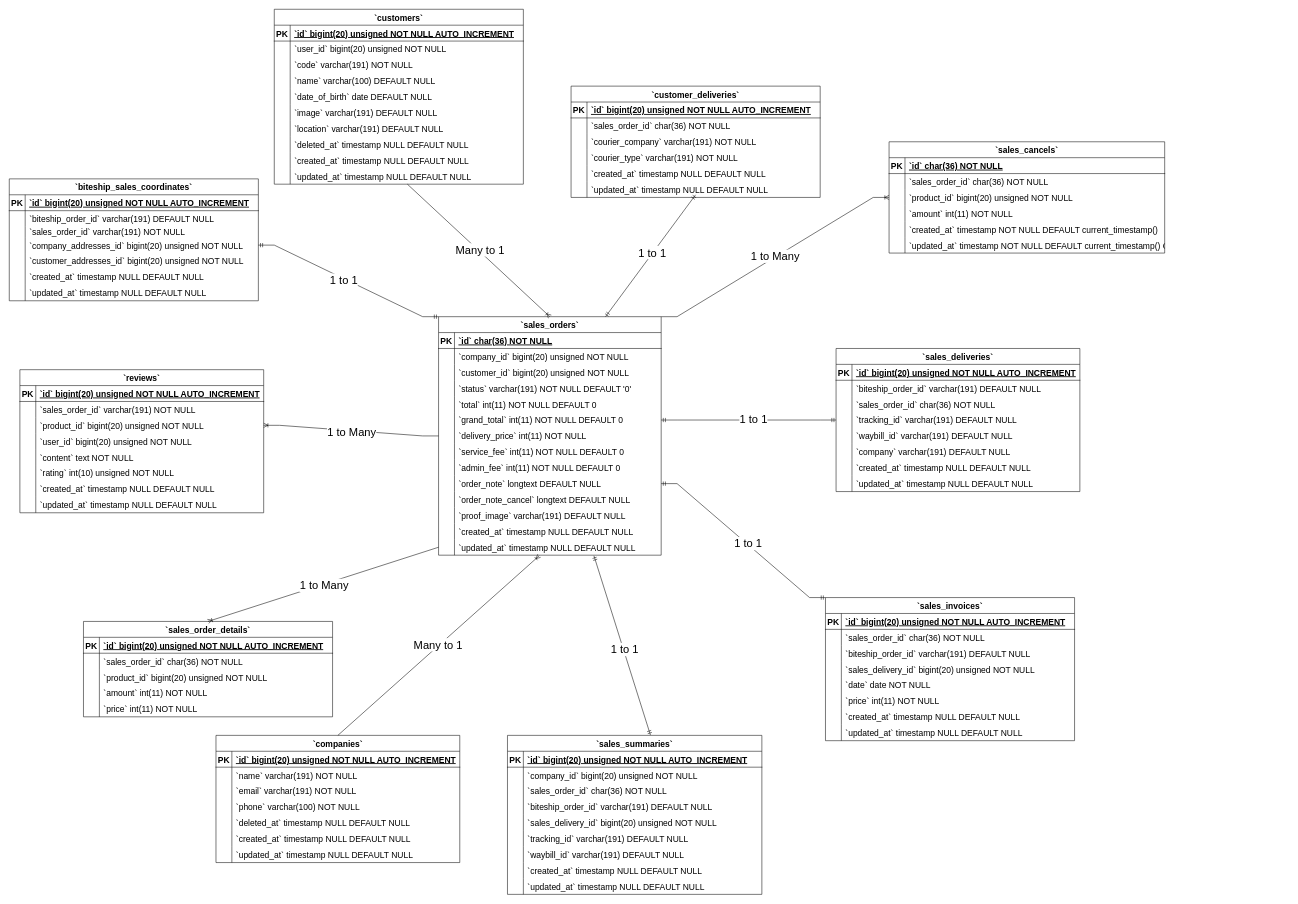
Above: Sales Orders ERD Diagram.drawio in Simasco/diagram (draw.io), before the change. Source tidied: cells renumbered, new cells numbered last; positions are measured from the earlier drawing's top-left corner, leaving out a move shared by most shapes. Both pictures are drawn from the tidied source at 53%, with x=0, y=0 at pixel (9, 9).
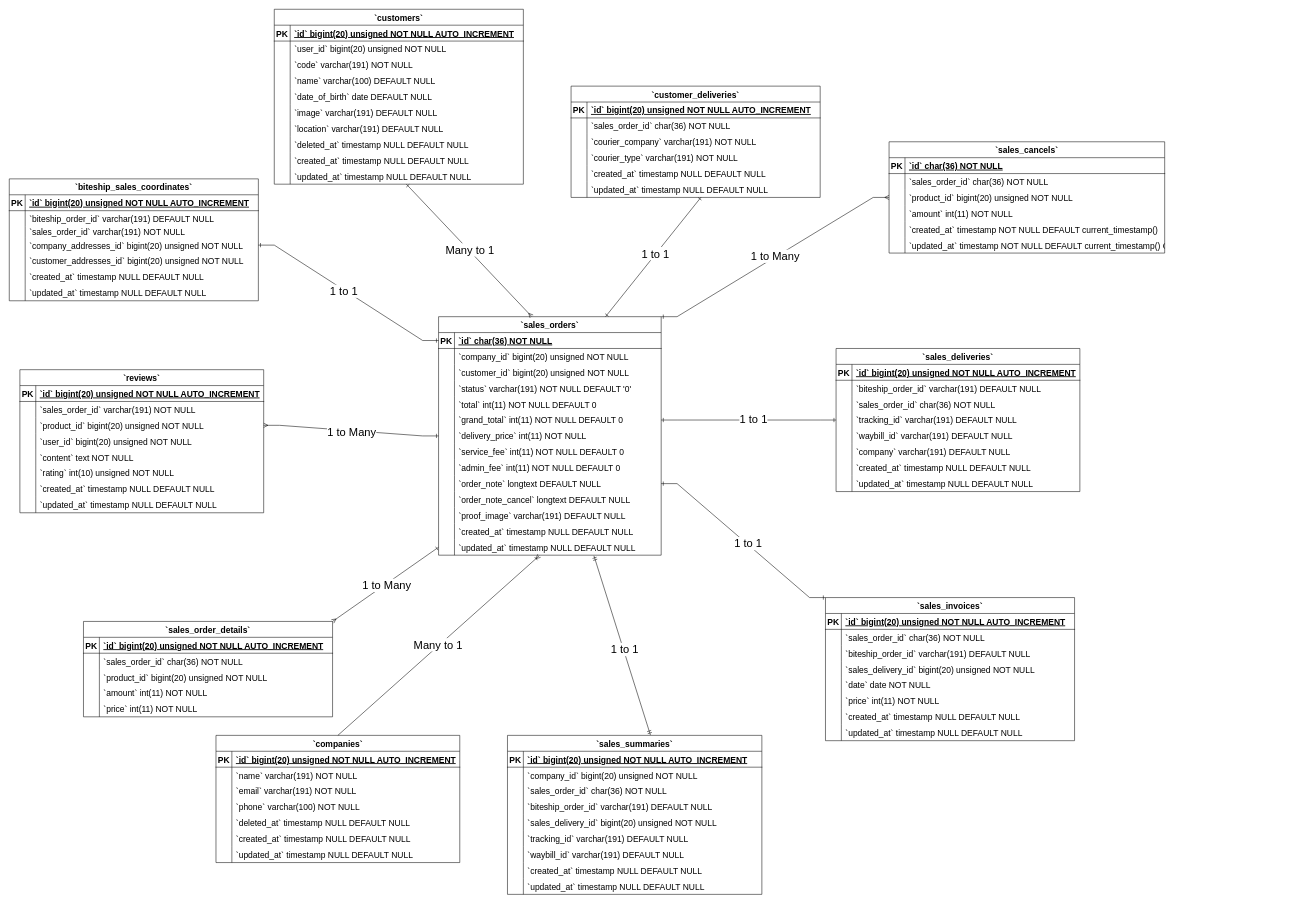
Above is the later version.

The change refers to these unchanged cells:
```xml
<mxCell id="24" value="`sales_orders`" style="shape=table;startSize=30;childLayout=tableLayout;rowLines=0;fontStyle=1;align=center;fontSize=16;" parent="1" vertex="1">
  <mxGeometry x="810" y="580" width="420" height="450" as="geometry" />
</mxCell>
<mxCell id="25" style="shape=tableRow;horizontal=0;startSize=0;swimlaneHead=0;swimlaneBody=0;fillColor=none;points=[[0,0.5],[1,0.5]];portConstraint=eastwest;strokeColor=inherit;top=0;left=0;right=0;bottom=1;fontSize=16;" parent="24" vertex="1">
  <mxGeometry y="30" width="420" height="30" as="geometry" />
</mxCell>
<mxCell id="40" style="shape=tableRow;horizontal=0;startSize=0;swimlaneHead=0;swimlaneBody=0;fillColor=none;points=[[0,0.5],[1,0.5]];portConstraint=eastwest;strokeColor=inherit;top=0;left=0;right=0;bottom=0;fontSize=16;" parent="24" vertex="1">
  <mxGeometry y="180" width="420" height="30" as="geometry" />
</mxCell>
<mxCell id="43" style="shape=tableRow;horizontal=0;startSize=0;swimlaneHead=0;swimlaneBody=0;fillColor=none;points=[[0,0.5],[1,0.5]];portConstraint=eastwest;strokeColor=inherit;top=0;left=0;right=0;bottom=0;fontSize=16;" parent="24" vertex="1">
  <mxGeometry y="210" width="420" height="30" as="geometry" />
</mxCell>
<mxCell id="52" style="shape=tableRow;horizontal=0;startSize=0;swimlaneHead=0;swimlaneBody=0;fillColor=none;points=[[0,0.5],[1,0.5]];portConstraint=eastwest;strokeColor=inherit;top=0;left=0;right=0;bottom=0;fontSize=16;" parent="24" vertex="1">
  <mxGeometry y="300" width="420" height="30" as="geometry" />
</mxCell>
<mxCell id="64" style="shape=tableRow;horizontal=0;startSize=0;swimlaneHead=0;swimlaneBody=0;fillColor=none;points=[[0,0.5],[1,0.5]];portConstraint=eastwest;strokeColor=inherit;top=0;left=0;right=0;bottom=0;fontSize=16;" parent="24" vertex="1">
  <mxGeometry y="420" width="420" height="30" as="geometry" />
</mxCell>
<mxCell id="95" style="shape=tableRow;horizontal=0;startSize=0;swimlaneHead=0;swimlaneBody=0;fillColor=none;points=[[0,0.5],[1,0.5]];portConstraint=eastwest;strokeColor=inherit;top=0;left=0;right=0;bottom=0;fontSize=16;" parent="67" vertex="1">
  <mxGeometry y="300" width="470" height="30" as="geometry" />
</mxCell>
<mxCell id="108" style="shape=tableRow;horizontal=0;startSize=0;swimlaneHead=0;swimlaneBody=0;fillColor=none;points=[[0,0.5],[1,0.5]];portConstraint=eastwest;strokeColor=inherit;top=0;left=0;right=0;bottom=0;fontSize=16;" parent="98" vertex="1">
  <mxGeometry y="110" width="470" height="30" as="geometry" />
</mxCell>
<mxCell id="136" style="shape=tableRow;horizontal=0;startSize=0;swimlaneHead=0;swimlaneBody=0;fillColor=none;points=[[0,0.5],[1,0.5]];portConstraint=eastwest;strokeColor=inherit;top=0;left=0;right=0;bottom=0;fontSize=16;" parent="120" vertex="1">
  <mxGeometry y="180" width="470" height="30" as="geometry" />
</mxCell>
<mxCell id="146" style="shape=tableRow;horizontal=0;startSize=0;swimlaneHead=0;swimlaneBody=0;fillColor=none;points=[[0,0.5],[1,0.5]];portConstraint=eastwest;strokeColor=inherit;top=0;left=0;right=0;bottom=0;fontSize=16;" parent="139" vertex="1">
  <mxGeometry y="90" width="460" height="30" as="geometry" />
</mxCell>
<mxCell id="171" style="shape=tableRow;horizontal=0;startSize=0;swimlaneHead=0;swimlaneBody=0;fillColor=none;points=[[0,0.5],[1,0.5]];portConstraint=eastwest;strokeColor=inherit;top=0;left=0;right=0;bottom=0;fontSize=16;" parent="164" vertex="1">
  <mxGeometry y="90" width="520" height="30" as="geometry" />
</mxCell>
<mxCell id="193" style="shape=tableRow;horizontal=0;startSize=0;swimlaneHead=0;swimlaneBody=0;fillColor=none;points=[[0,0.5],[1,0.5]];portConstraint=eastwest;strokeColor=inherit;top=0;left=0;right=0;bottom=0;fontSize=16;" parent="183" vertex="1">
  <mxGeometry y="120" width="460" height="30" as="geometry" />
</mxCell>
<mxCell id="208" value="`sales_invoices`" style="shape=table;startSize=30;childLayout=tableLayout;rowLines=0;fontStyle=1;align=center;fontSize=16;" parent="1" vertex="1">
  <mxGeometry x="1540" y="1110" width="470" height="270" as="geometry" />
</mxCell>
<mxCell id="233" value="`sales_order_details`" style="shape=table;startSize=30;childLayout=tableLayout;rowLines=0;fontStyle=1;align=center;fontSize=16;" parent="1" vertex="1">
  <mxGeometry x="140" y="1155" width="470" height="180" as="geometry" />
</mxCell>
```

What changed in the source:
```diff
@@
-    <mxCell id="277" style="edgeStyle=entityRelationEdgeStyle;fontSize=12;html=1;endArrow=ERoneToMany;rounded=0;exitX=1;exitY=0;exitDx=0;exitDy=0;" parent="1" edge="1" source="24" target="171">
+    <mxCell id="277" style="edgeStyle=entityRelationEdgeStyle;fontSize=12;html=1;endArrow=ERmany;rounded=0;exitX=1;exitY=0;exitDx=0;exitDy=0;endFill=0;startArrow=ERone;startFill=0;" parent="1" edge="1" source="24" target="171">
       <mxGeometry relative="1" as="geometry">
         <Array as="points">
           <mxPoint x="1200" y="560" />
           <mxPoint x="990" y="840" />
         </Array>
       </mxGeometry>
     </mxCell>
@@
-    <mxCell id="279" style="edgeStyle=entityRelationEdgeStyle;fontSize=12;html=1;endArrow=ERmandOne;startArrow=ERmandOne;rounded=0;exitX=1;exitY=0.5;exitDx=0;exitDy=0;entryX=0;entryY=0.5;entryDx=0;entryDy=0;" parent="1" edge="1" source="40" target="193">
+    <mxCell id="279" style="edgeStyle=entityRelationEdgeStyle;fontSize=12;html=1;endArrow=ERone;startArrow=ERone;rounded=0;exitX=1;exitY=0.5;exitDx=0;exitDy=0;entryX=0;entryY=0.5;entryDx=0;entryDy=0;startFill=0;endFill=0;" parent="1" edge="1" source="40" target="193">
       <mxGeometry relative="1" as="geometry" />
     </mxCell>
@@
-    <mxCell id="281" style="edgeStyle=entityRelationEdgeStyle;fontSize=12;html=1;endArrow=ERmandOne;startArrow=ERmandOne;rounded=0;exitX=1;exitY=0.5;exitDx=0;exitDy=0;entryX=0;entryY=0;entryDx=0;entryDy=0;" parent="1" edge="1" source="52" target="208">
+    <mxCell id="281" style="edgeStyle=entityRelationEdgeStyle;fontSize=12;html=1;endArrow=ERone;startArrow=ERone;rounded=0;exitX=1;exitY=0.5;exitDx=0;exitDy=0;entryX=0;entryY=0;entryDx=0;entryDy=0;startFill=0;endFill=0;" parent="1" edge="1" source="52" target="208">
       <mxGeometry relative="1" as="geometry">
         <Array as="points">
           <mxPoint x="1230" y="1040" />
         </Array>
       </mxGeometry>
     </mxCell>
@@
-    <mxCell id="285" style="fontSize=12;html=1;endArrow=ERoneToMany;rounded=0;exitX=0;exitY=0.5;exitDx=0;exitDy=0;entryX=0.5;entryY=0;entryDx=0;entryDy=0;" parent="1" edge="1" source="64" target="233">
+    <mxCell id="285" style="fontSize=12;html=1;endArrow=ERmany;rounded=0;exitX=0;exitY=0.5;exitDx=0;exitDy=0;entryX=1;entryY=0;entryDx=0;entryDy=0;startArrow=ERone;startFill=0;endFill=0;" parent="1" edge="1" source="64" target="233">
       <mxGeometry relative="1" as="geometry" />
     </mxCell>
@@
-    <mxCell id="287" style="edgeStyle=entityRelationEdgeStyle;fontSize=12;html=1;endArrow=ERoneToMany;rounded=0;exitX=0;exitY=0.5;exitDx=0;exitDy=0;entryX=1;entryY=0.5;entryDx=0;entryDy=0;" parent="1" edge="1" source="43" target="146">
+    <mxCell id="287" style="edgeStyle=entityRelationEdgeStyle;fontSize=12;html=1;endArrow=ERmany;rounded=0;exitX=0;exitY=0.5;exitDx=0;exitDy=0;entryX=1;entryY=0.5;entryDx=0;entryDy=0;startArrow=ERone;startFill=0;endFill=0;" parent="1" edge="1" source="43" target="146">
       <mxGeometry relative="1" as="geometry">
         <Array as="points">
           <mxPoint x="1260" y="640" />
           <mxPoint x="1210" y="570" />
           <mxPoint x="1000" y="850" />
         </Array>
       </mxGeometry>
     </mxCell>
@@
-    <mxCell id="289" style="edgeStyle=entityRelationEdgeStyle;fontSize=12;html=1;endArrow=ERmandOne;startArrow=ERmandOne;rounded=0;exitX=0;exitY=0;exitDx=0;exitDy=0;entryX=1;entryY=0.5;entryDx=0;entryDy=0;" parent="1" edge="1" source="24" target="108">
+    <mxCell id="289" style="edgeStyle=entityRelationEdgeStyle;fontSize=12;html=1;endArrow=ERone;startArrow=ERone;rounded=0;exitX=0;exitY=0.5;exitDx=0;exitDy=0;entryX=1;entryY=0.5;entryDx=0;entryDy=0;startFill=0;endFill=0;" parent="1" edge="1" source="25" target="108">
       <mxGeometry relative="1" as="geometry" />
     </mxCell>
@@
-    <mxCell id="291" style="fontSize=12;html=1;endArrow=ERoneToMany;rounded=0;entryX=0.5;entryY=0;entryDx=0;entryDy=0;" parent="1" edge="1" source="95" target="24">
+    <mxCell id="291" style="fontSize=12;html=1;endArrow=ERmany;rounded=0;entryX=0.418;entryY=-0.001;entryDx=0;entryDy=0;endFill=0;startArrow=ERone;startFill=0;entryPerimeter=0;" parent="1" edge="1" source="95" target="24">
       <mxGeometry relative="1" as="geometry" />
     </mxCell>
@@
-    <mxCell id="293" style="fontSize=12;html=1;endArrow=ERmandOne;startArrow=ERmandOne;rounded=0;exitX=0.75;exitY=0;exitDx=0;exitDy=0;" parent="1" edge="1" source="24">
-      <mxGeometry relative="1" as="geometry">
-        <mxPoint x="1295" y="350" as="targetPoint" />
-      </mxGeometry>
+    <mxCell id="293" style="fontSize=12;html=1;endArrow=ERone;startArrow=ERone;rounded=0;exitX=0.75;exitY=0;exitDx=0;exitDy=0;startFill=0;endFill=0;entryX=0.522;entryY=0.984;entryDx=0;entryDy=0;entryPerimeter=0;" parent="1" edge="1" source="24" target="136">
+      <mxGeometry relative="1" as="geometry" />
     </mxCell>
```
